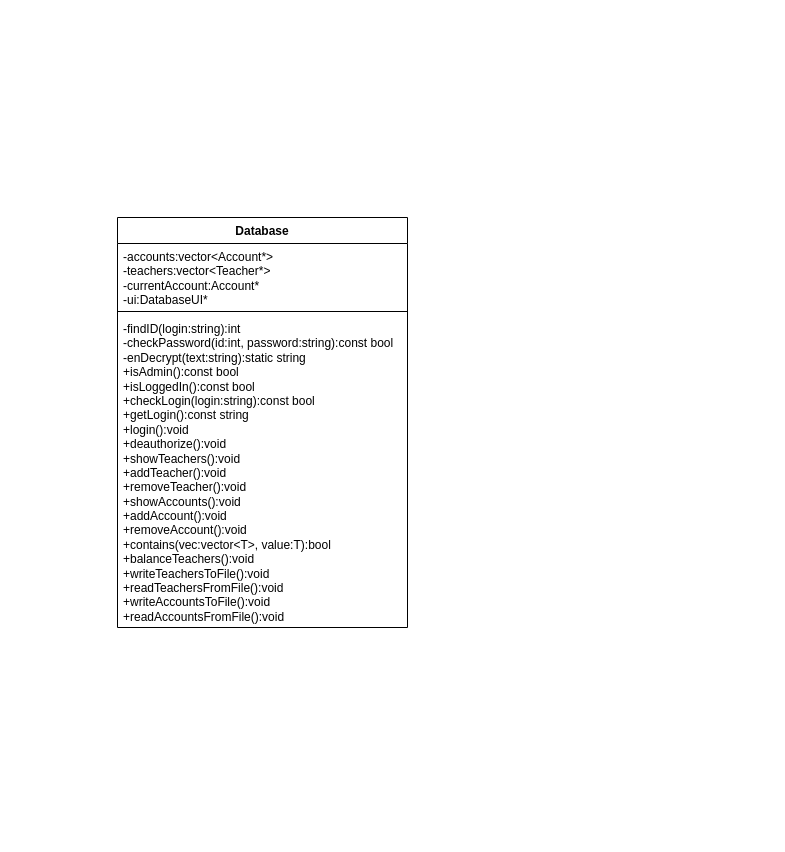
The draw.io diagram Classes.drawio in ThomasCharester/Order6, before the edit. Source tidied: cells renumbered, new cells numbered last; positions are measured from the earlier drawing's top-left corner, leaving out a move shared by most shapes. Both pictures are drawn from the tidied source at 100%, with x=0, y=0 at pixel (117, 217).
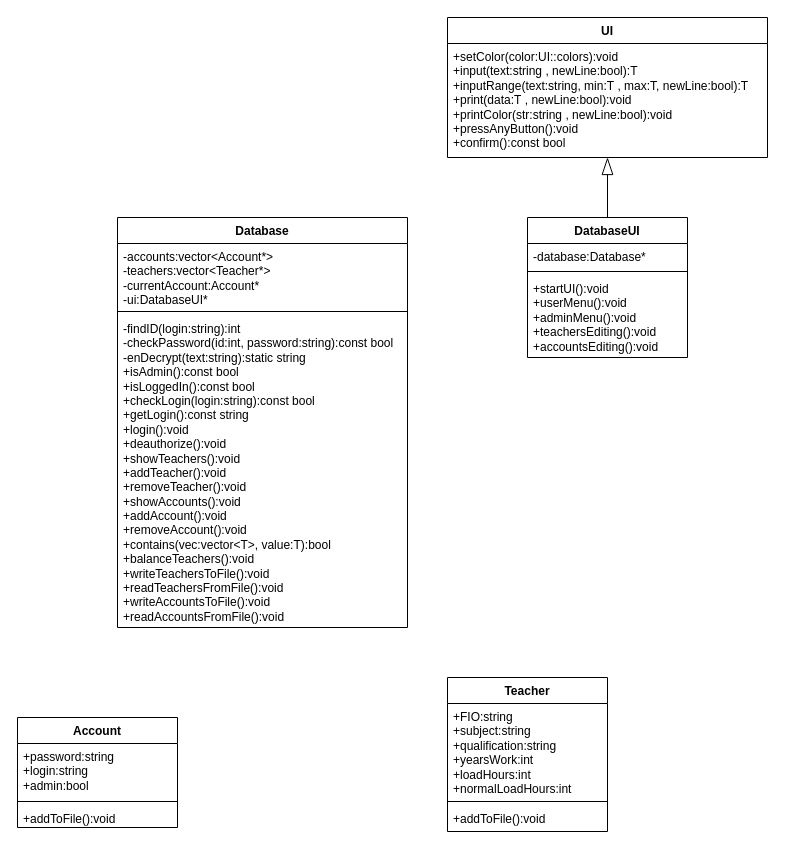
The same page after the edit.

Diff of the diagram source:
```diff
@@
+    <mxCell id="6" value="UI" style="swimlane;fontStyle=1;align=center;verticalAlign=top;horizontal=1;startSize=26;whiteSpace=wrap;html=1;" parent="1" vertex="1">
+      <mxGeometry x="330" y="-200" width="320" height="140" as="geometry" />
+    </mxCell>
+    <mxCell id="7" value="&lt;div&gt;&lt;span style=&quot;background-color: initial;&quot;&gt;+setColor(color:&lt;/span&gt;&lt;span style=&quot;background-color: initial;&quot;&gt;UI::colors&lt;/span&gt;&lt;span style=&quot;background-color: initial;&quot;&gt;):&lt;/span&gt;&lt;span style=&quot;background-color: initial;&quot;&gt;void&lt;/span&gt;&lt;span style=&quot;background-color: initial;&quot;&gt;&amp;nbsp;&lt;/span&gt;&lt;/div&gt;&lt;div&gt;&lt;span style=&quot;white-space: normal;&quot;&gt;+input(text:&lt;/span&gt;&lt;span style=&quot;background-color: initial;&quot;&gt;string&lt;/span&gt;&lt;span style=&quot;background-color: initial;&quot;&gt;&amp;nbsp;&lt;/span&gt;&lt;span style=&quot;background-color: initial;&quot;&gt;, newLine:bool):&lt;/span&gt;&lt;span style=&quot;background-color: initial;&quot;&gt;T&lt;/span&gt;&lt;span style=&quot;background-color: initial;&quot;&gt;&amp;nbsp;&lt;/span&gt;&lt;/div&gt;&lt;div&gt;&lt;span style=&quot;white-space: normal;&quot;&gt;+inputRange(text:&lt;/span&gt;&lt;span style=&quot;background-color: initial;&quot;&gt;string&lt;/span&gt;&lt;span style=&quot;background-color: initial;&quot;&gt;, min:&lt;/span&gt;&lt;span style=&quot;background-color: initial;&quot;&gt;T&lt;/span&gt;&lt;span style=&quot;background-color: initial;&quot;&gt;&amp;nbsp;&lt;/span&gt;&lt;span style=&quot;background-color: initial;&quot;&gt;, max:T, newLine:&lt;/span&gt;&lt;span style=&quot;background-color: initial;&quot;&gt;bool&lt;/span&gt;&lt;span style=&quot;background-color: initial;&quot;&gt;):&lt;/span&gt;&lt;span style=&quot;background-color: initial;&quot;&gt;T&lt;/span&gt;&lt;span style=&quot;background-color: initial;&quot;&gt;&amp;nbsp;&lt;/span&gt;&lt;/div&gt;&lt;div&gt;&lt;span style=&quot;white-space: normal;&quot;&gt;+print(data:&lt;/span&gt;&lt;span style=&quot;background-color: initial;&quot;&gt;T&lt;/span&gt;&lt;span style=&quot;background-color: initial;&quot;&gt;&amp;nbsp;&lt;/span&gt;&lt;span style=&quot;background-color: initial;&quot;&gt;, newLine:&lt;/span&gt;bool&lt;span style=&quot;background-color: initial;&quot;&gt;):&lt;/span&gt;&lt;span style=&quot;background-color: initial;&quot;&gt;void&lt;/span&gt;&lt;span style=&quot;background-color: initial;&quot;&gt;&amp;nbsp;&lt;/span&gt;&lt;/div&gt;&lt;div&gt;&lt;span style=&quot;white-space: normal;&quot;&gt;+printColor(str:&lt;/span&gt;&lt;span style=&quot;background-color: initial;&quot;&gt;string&lt;/span&gt;&lt;span style=&quot;background-color: initial;&quot;&gt;&amp;nbsp;&lt;/span&gt;&lt;span style=&quot;background-color: initial;&quot;&gt;, newLine:&lt;/span&gt;&lt;span style=&quot;background-color: initial;&quot;&gt;bool&lt;/span&gt;&lt;span style=&quot;background-color: initial;&quot;&gt;):&lt;/span&gt;&lt;span style=&quot;background-color: initial;&quot;&gt;void&lt;/span&gt;&lt;span style=&quot;background-color: initial;&quot;&gt;&amp;nbsp;&lt;/span&gt;&lt;/div&gt;&lt;div&gt;&lt;span style=&quot;white-space: normal;&quot;&gt;+pressAnyButton():&lt;/span&gt;&lt;span style=&quot;background-color: initial;&quot;&gt;void&lt;/span&gt;&lt;span style=&quot;background-color: initial;&quot;&gt;&amp;nbsp;&lt;/span&gt;&lt;/div&gt;&lt;div&gt;&lt;span style=&quot;white-space: normal;&quot;&gt;+confirm():&lt;/span&gt;&lt;span style=&quot;background-color: initial;&quot;&gt;const bool&lt;/span&gt;&lt;span style=&quot;background-color: initial;&quot;&gt;&amp;nbsp;&lt;/span&gt;&lt;/div&gt;" style="text;strokeColor=none;fillColor=none;align=left;verticalAlign=top;spacingLeft=4;spacingRight=4;overflow=hidden;whiteSpace=wrap;html=1;" parent="6" vertex="1">
+      <mxGeometry y="26" width="320" height="114" as="geometry" />
+    </mxCell>
+    <mxCell id="8" style="edgeStyle=orthogonalEdgeStyle;rounded=0;jettySize=auto;html=1;endArrow=blockThin;endFill=0;strokeWidth=1;startSize=9;endSize=15;targetPerimeterSpacing=0;" parent="1" edge="1" source="9" target="6">
+      <mxGeometry relative="1" as="geometry" />
+    </mxCell>
+    <mxCell id="9" value="DatabaseUI" style="swimlane;fontStyle=1;align=center;verticalAlign=top;horizontal=1;startSize=26;whiteSpace=wrap;html=1;" parent="1" vertex="1">
+      <mxGeometry x="410" width="160" height="140" as="geometry" />
+    </mxCell>
+    <mxCell id="10" value="-database:Database*" style="text;strokeColor=none;fillColor=none;align=left;verticalAlign=top;spacingLeft=4;spacingRight=4;overflow=hidden;whiteSpace=wrap;html=1;" parent="9" vertex="1">
+      <mxGeometry y="26" width="160" height="24" as="geometry" />
+    </mxCell>
+    <mxCell id="11" style="line;strokeWidth=1;fillColor=none;align=left;verticalAlign=middle;spacingTop=-1;spacingLeft=3;spacingRight=3;labelPosition=right;strokeColor=inherit;" parent="9" vertex="1">
+      <mxGeometry y="50" width="160" height="8" as="geometry" />
+    </mxCell>
+    <mxCell id="12" value="&lt;div&gt;&lt;span style=&quot;background-color: initial;&quot;&gt;+startUI():&lt;/span&gt;&lt;span style=&quot;background-color: initial;&quot;&gt;void&lt;/span&gt;&lt;span style=&quot;background-color: initial;&quot;&gt;&amp;nbsp;&lt;/span&gt;&lt;br&gt;&lt;/div&gt;&lt;div&gt;&lt;span style=&quot;white-space: normal;&quot;&gt;+userMenu():&lt;/span&gt;&lt;span style=&quot;background-color: initial;&quot;&gt;void&lt;/span&gt;&lt;span style=&quot;background-color: initial;&quot;&gt;&amp;nbsp;&lt;/span&gt;&lt;/div&gt;&lt;div&gt;&lt;span style=&quot;white-space: normal;&quot;&gt;+adminMenu():&lt;/span&gt;&lt;span style=&quot;background-color: initial;&quot;&gt;void&lt;/span&gt;&lt;span style=&quot;background-color: initial;&quot;&gt;&amp;nbsp;&lt;/span&gt;&lt;/div&gt;&lt;div&gt;&lt;span style=&quot;white-space: normal;&quot;&gt;+teachersEditing():&lt;/span&gt;&lt;span style=&quot;background-color: initial;&quot;&gt;void&lt;/span&gt;&lt;span style=&quot;background-color: initial;&quot;&gt;&amp;nbsp;&lt;/span&gt;&lt;/div&gt;&lt;div&gt;&lt;span style=&quot;white-space: normal;&quot;&gt;+accountsEditing():&lt;/span&gt;&lt;span style=&quot;background-color: initial;&quot;&gt;void&lt;/span&gt;&lt;span style=&quot;background-color: initial;&quot;&gt;&amp;nbsp;&lt;/span&gt;&lt;/div&gt;" style="text;strokeColor=none;fillColor=none;align=left;verticalAlign=top;spacingLeft=4;spacingRight=4;overflow=hidden;whiteSpace=wrap;html=1;" parent="9" vertex="1">
+      <mxGeometry y="58" width="160" height="82" as="geometry" />
+    </mxCell>
+    <mxCell id="13" value="Account" style="swimlane;fontStyle=1;align=center;verticalAlign=top;horizontal=1;startSize=26;whiteSpace=wrap;html=1;" parent="1" vertex="1">
+      <mxGeometry x="-100" y="500" width="160" height="110" as="geometry" />
+    </mxCell>
+    <mxCell id="14" value="+password:string&lt;div&gt;+login:string&lt;/div&gt;&lt;div&gt;+admin:bool&lt;/div&gt;&lt;div&gt;&lt;br&gt;&lt;/div&gt;" style="text;strokeColor=none;fillColor=none;align=left;verticalAlign=top;spacingLeft=4;spacingRight=4;overflow=hidden;whiteSpace=wrap;html=1;" parent="13" vertex="1">
+      <mxGeometry y="26" width="160" height="54" as="geometry" />
+    </mxCell>
+    <mxCell id="15" style="line;strokeWidth=1;fillColor=none;align=left;verticalAlign=middle;spacingTop=-1;spacingLeft=3;spacingRight=3;labelPosition=right;strokeColor=inherit;" parent="13" vertex="1">
+      <mxGeometry y="80" width="160" height="8" as="geometry" />
+    </mxCell>
+    <mxCell id="16" value="+addToFile():void" style="text;strokeColor=none;fillColor=none;align=left;verticalAlign=top;spacingLeft=4;spacingRight=4;overflow=hidden;whiteSpace=wrap;html=1;" parent="13" vertex="1">
+      <mxGeometry y="88" width="160" height="22" as="geometry" />
+    </mxCell>
+    <mxCell id="17" value="Teacher" style="swimlane;fontStyle=1;align=center;verticalAlign=top;horizontal=1;startSize=26;whiteSpace=wrap;html=1;" parent="1" vertex="1">
+      <mxGeometry x="330" y="460" width="160" height="154" as="geometry" />
+    </mxCell>
+    <mxCell id="18" value="&lt;div&gt;+FIO:&lt;span style=&quot;background-color: initial;&quot;&gt;string&lt;/span&gt;&lt;span style=&quot;background-color: initial;&quot;&gt;&amp;nbsp;&lt;/span&gt;&lt;/div&gt;&lt;div&gt;+subject:&lt;span style=&quot;background-color: initial;&quot;&gt;string&lt;/span&gt;&lt;span style=&quot;background-color: initial;&quot;&gt;&amp;nbsp;&lt;/span&gt;&lt;/div&gt;&lt;div&gt;+qualification:&lt;span style=&quot;background-color: initial;&quot;&gt;string&lt;/span&gt;&lt;span style=&quot;background-color: initial;&quot;&gt;&amp;nbsp;&lt;/span&gt;&lt;/div&gt;&lt;div&gt;+yearsWork:&lt;span style=&quot;background-color: initial;&quot;&gt;int&lt;/span&gt;&lt;span style=&quot;background-color: initial;&quot;&gt;&amp;nbsp;&lt;/span&gt;&lt;/div&gt;&lt;div&gt;+loadHours:&lt;span style=&quot;background-color: initial;&quot;&gt;int&lt;/span&gt;&lt;span style=&quot;background-color: initial;&quot;&gt;&amp;nbsp;&lt;/span&gt;&lt;/div&gt;&lt;div&gt;+normalLoadHours:&lt;span style=&quot;background-color: initial;&quot;&gt;int&lt;/span&gt;&lt;span style=&quot;background-color: initial;&quot;&gt;&amp;nbsp;&lt;/span&gt;&lt;/div&gt;" style="text;strokeColor=none;fillColor=none;align=left;verticalAlign=top;spacingLeft=4;spacingRight=4;overflow=hidden;whiteSpace=wrap;html=1;" parent="17" vertex="1">
+      <mxGeometry y="26" width="160" height="94" as="geometry" />
+    </mxCell>
+    <mxCell id="19" style="line;strokeWidth=1;fillColor=none;align=left;verticalAlign=middle;spacingTop=-1;spacingLeft=3;spacingRight=3;labelPosition=right;strokeColor=inherit;" parent="17" vertex="1">
+      <mxGeometry y="120" width="160" height="8" as="geometry" />
+    </mxCell>
+    <mxCell id="20" value="+addToFile():void" style="text;strokeColor=none;fillColor=none;align=left;verticalAlign=top;spacingLeft=4;spacingRight=4;overflow=hidden;whiteSpace=wrap;html=1;" parent="17" vertex="1">
+      <mxGeometry y="128" width="160" height="26" as="geometry" />
+    </mxCell>
```
